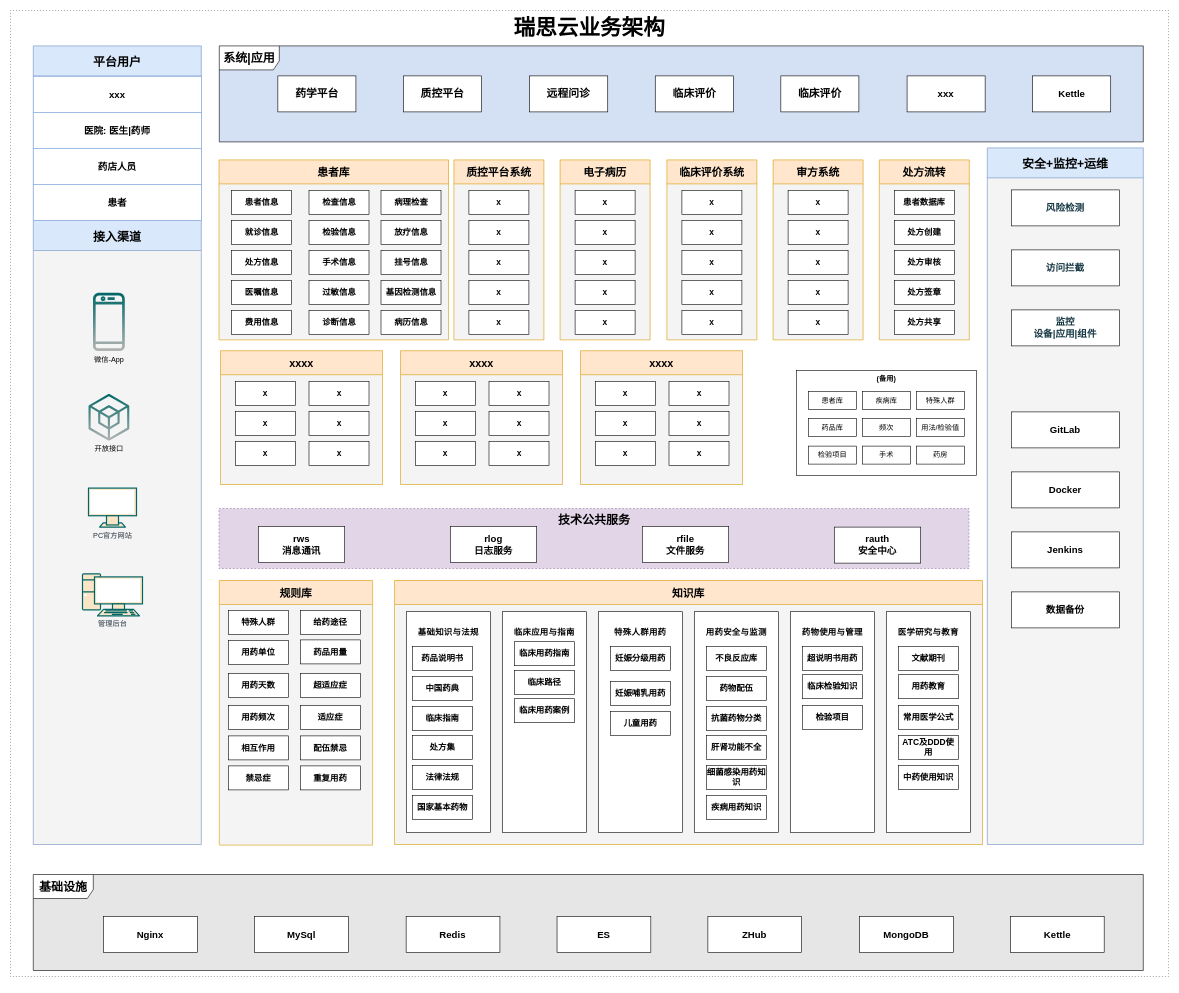
Before: page "【瑞思云业务架构】" (1 of 2) of 未命名绘图.drawio in tc608/dfile, a draw.io diagram. Source tidied: cells renumbered, new cells numbered last; positions are measured from the earlier drawing's top-left corner, leaving out a move shared by most shapes. Both pictures are drawn from the tidied source at 60%, with x=0, y=0 at pixel (10, 10).
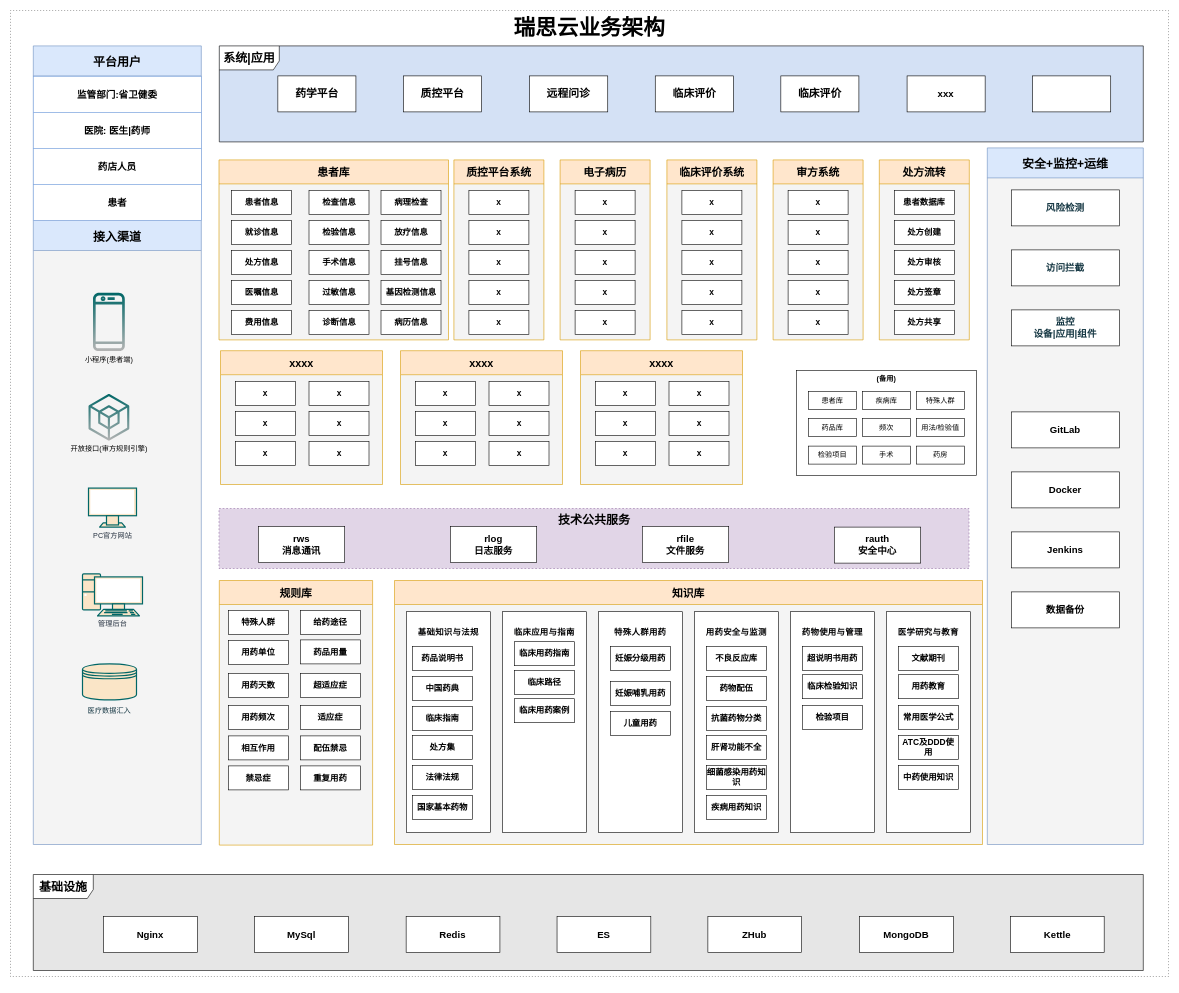
Above is the later version.

Commit message (it also covers changes not shown here):
更新未命名绘图.drawio

Unchanged cells that the change refers to:
```xml
<mxCell id="3" value="接入渠道" style="swimlane;fontSize=20;align=center;swimlaneFillColor=#f4f4f4;fillColor=#dae8fc;startSize=50;strokeColor=#6c8ebf;fontStyle=1;" parent="1" vertex="1">
  <mxGeometry x="38" y="350" width="280" height="1040" as="geometry" />
</mxCell>
<mxCell id="27" style="group;" parent="1" vertex="1">
  <mxGeometry x="348" y="59" width="1540" height="160" as="geometry" />
</mxCell>
<mxCell id="36" style="group;" parent="1" vertex="1">
  <mxGeometry x="38" y="59" width="280" height="291" as="geometry" />
</mxCell>
```

The edit, as a diff of the source:
```diff
@@
-    <mxCell id="6" value="开放接口" style="fillColor=#006666;strokeColor=#666666;dashed=0;verticalLabelPosition=bottom;verticalAlign=top;align=center;html=1;fontSize=12;fontStyle=0;shape=mxgraph.aws4.external_sdk;labelBackgroundColor=none;gradientColor=#b3b3b3;" parent="3" vertex="1">
+    <mxCell id="6" value="开放接口(审方规则引擎)" style="fillColor=#006666;strokeColor=#666666;dashed=0;verticalLabelPosition=bottom;verticalAlign=top;align=center;html=1;fontSize=12;fontStyle=0;shape=mxgraph.aws4.external_sdk;labelBackgroundColor=none;gradientColor=#b3b3b3;" parent="3" vertex="1">
       <mxGeometry x="92" y="289" width="68" height="78" as="geometry" />
     </mxCell>
-    <mxCell id="7" value="微信-App" style="strokeColor=#006666;fillColor=#006666;dashed=0;verticalLabelPosition=bottom;verticalAlign=top;align=center;fontSize=12;fontStyle=0;shape=mxgraph.aws4.mobile_client;labelBackgroundColor=none;html=1;gradientColor=#b3b3b3;" parent="3" vertex="1">
+    <mxCell id="7" value="小程序(患者端)" style="strokeColor=#006666;fillColor=#006666;dashed=0;verticalLabelPosition=bottom;verticalAlign=top;align=center;fontSize=12;fontStyle=0;shape=mxgraph.aws4.mobile_client;labelBackgroundColor=none;html=1;gradientColor=#b3b3b3;" parent="3" vertex="1">
       <mxGeometry x="99.5" y="119" width="53" height="100" as="geometry" />
     </mxCell>
+    <mxCell id="180" value="&lt;div&gt;&lt;br&gt;&lt;/div&gt;&lt;div&gt;&lt;br&gt;&lt;/div&gt;&lt;div&gt;&lt;br&gt;&lt;/div&gt;&lt;div&gt;&lt;br&gt;&lt;/div&gt;&lt;div&gt;&lt;br&gt;&lt;/div&gt;&lt;div&gt;&lt;span style=&quot;background-color: initial;&quot;&gt;医疗数据汇入&lt;/span&gt;&lt;br&gt;&lt;/div&gt;" style="shape=datastore;whiteSpace=wrap;html=1;strokeColor=#006666;strokeWidth=2;align=center;verticalAlign=middle;fontFamily=Helvetica;fontSize=12;fontColor=#143642;fillColor=#FAE5C7;gradientDirection=north;" parent="3" vertex="1">
+      <mxGeometry x="82" y="739" width="90" height="60" as="geometry" />
+    </mxCell>
@@
-    <mxCell id="35" value="Kettle" style="whiteSpace=wrap;html=1;fontStyle=1;fontSize=16;" parent="27" vertex="1">
+    <mxCell id="35" style="whiteSpace=wrap;html=1;fontStyle=1;fontSize=16;" parent="27" vertex="1">
       <mxGeometry x="1355.6" y="50" width="130.1" height="60" as="geometry" />
     </mxCell>
@@
-    <mxCell id="41" value="xxx" style="whiteSpace=wrap;html=1;fontStyle=1;fontSize=16;strokeColor=#7EA6E0;" parent="36" vertex="1">
+    <mxCell id="41" value="监管部门:省卫健委" style="whiteSpace=wrap;html=1;fontStyle=1;fontSize=16;strokeColor=#7EA6E0;" parent="36" vertex="1">
       <mxGeometry y="51" width="280" height="60" as="geometry" />
     </mxCell>
```
